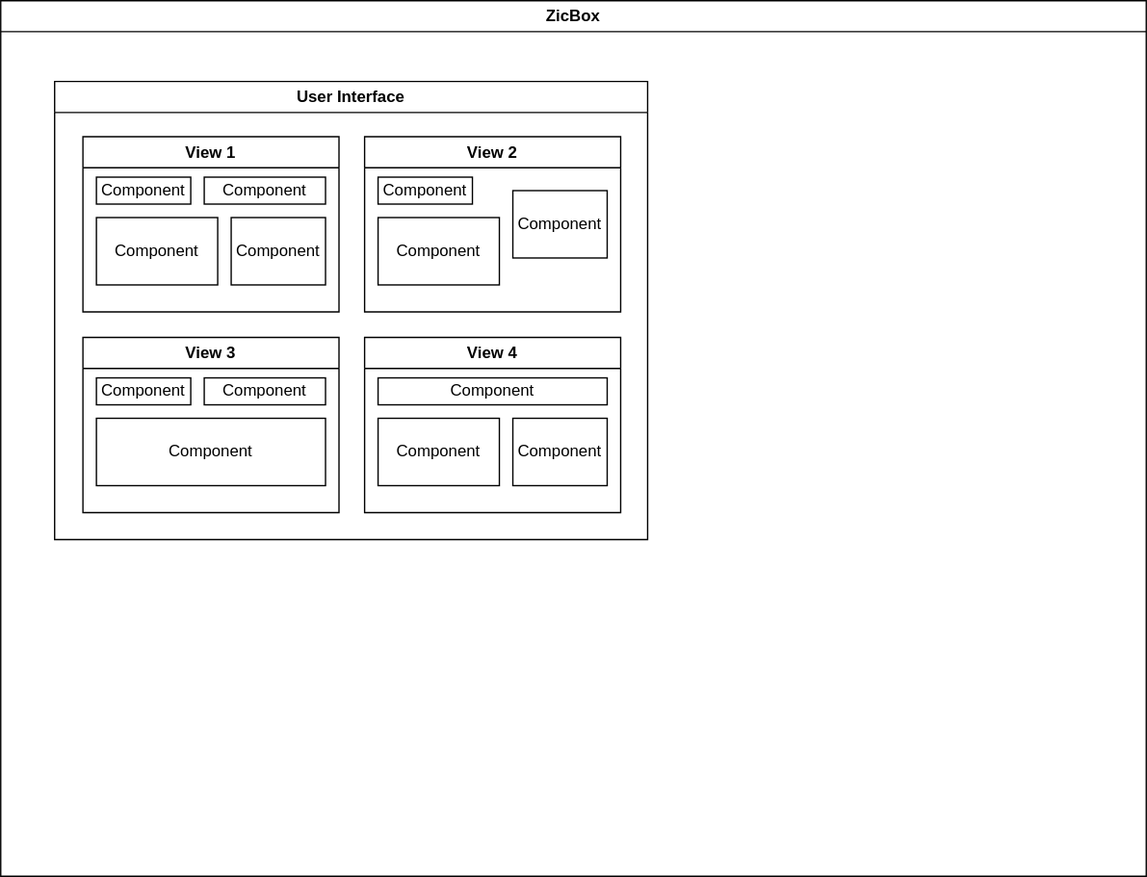
The draw.io diagram zicbox.drawio.svg in apiel/zicBox, before a commit. Source tidied: cells renumbered, new cells last; positions are measured from the earlier drawing's top-left corner, leaving out a move shared by most shapes.
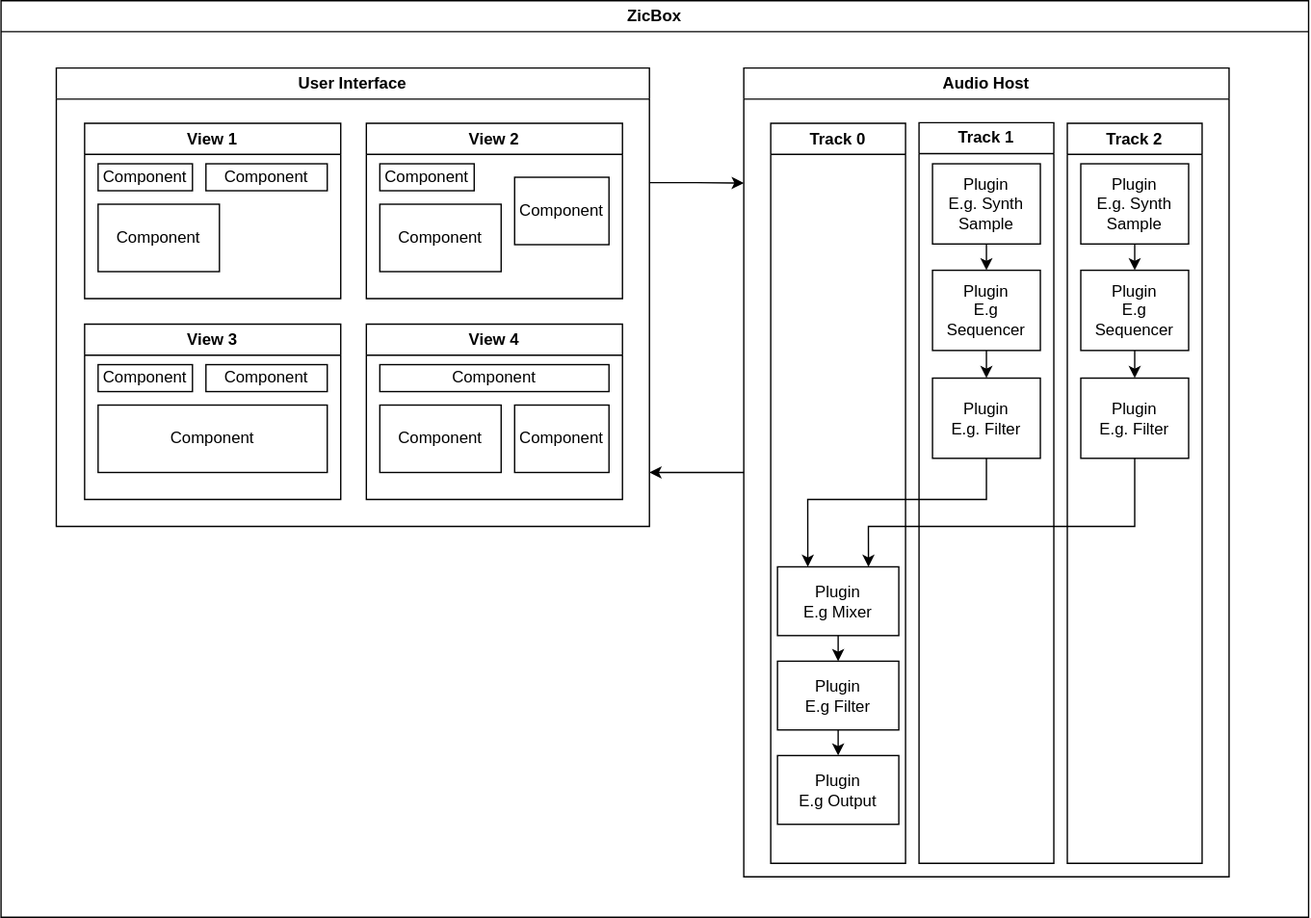
The same diagram one commit later.

Change to the diagram source:
```diff
@@ -3,10 +3,15 @@
     <mxCell id="0" />
     <mxCell id="1" parent="0" />
     <mxCell id="2" value="ZicBox" style="swimlane;whiteSpace=wrap;html=1;" parent="1" vertex="1">
-      <mxGeometry width="850" height="650" as="geometry" />
+      <mxGeometry width="970" height="680" as="geometry" />
     </mxCell>
+    <mxCell id="21" style="edgeStyle=orthogonalEdgeStyle;rounded=0;jettySize=auto;html=1;exitX=1;exitY=0.25;exitDx=0;exitDy=0;" parent="2" edge="1" source="3">
+      <mxGeometry relative="1" as="geometry">
+        <mxPoint x="551" y="135.3" as="targetPoint" />
+      </mxGeometry>
+    </mxCell>
     <mxCell id="3" value="User Interface" style="swimlane;whiteSpace=wrap;html=1;" parent="2" vertex="1">
-      <mxGeometry x="40" y="60" width="440" height="340" as="geometry" />
+      <mxGeometry x="41" y="50" width="440" height="340" as="geometry" />
     </mxCell>
     <mxCell id="4" value="View 1" style="swimlane;whiteSpace=wrap;html=1;" parent="3" vertex="1">
       <mxGeometry x="21" y="41" width="190" height="130" as="geometry" />
@@ -56,8 +61,83 @@
     <mxCell id="19" value="Component" style="whiteSpace=wrap;html=1;" parent="3" vertex="1">
       <mxGeometry x="340" y="250" width="70" height="50" as="geometry" />
     </mxCell>
-    <mxCell id="20" value="Component" style="whiteSpace=wrap;html=1;" parent="1" vertex="1">
-      <mxGeometry x="171" y="161" width="70" height="50" as="geometry" />
-    </mxCell>
+    <mxCell id="22" style="edgeStyle=orthogonalEdgeStyle;rounded=0;jettySize=auto;html=1;exitX=0;exitY=0.5;exitDx=0;exitDy=0;" parent="2" edge="1" source="23">
+      <mxGeometry relative="1" as="geometry">
+        <mxPoint x="481" y="350" as="targetPoint" />
+      </mxGeometry>
+    </mxCell>
+    <mxCell id="23" value="Audio Host" style="swimlane;whiteSpace=wrap;html=1;" parent="2" vertex="1">
+      <mxGeometry x="551" y="50" width="360" height="600" as="geometry" />
+    </mxCell>
+    <mxCell id="24" value="Track 0" style="swimlane;whiteSpace=wrap;html=1;" parent="23" vertex="1">
+      <mxGeometry x="20" y="41" width="100" height="549" as="geometry" />
+    </mxCell>
+    <mxCell id="25" style="edgeStyle=orthogonalEdgeStyle;rounded=0;jettySize=auto;html=1;exitX=0.5;exitY=1;exitDx=0;exitDy=0;entryX=0.5;entryY=0;entryDx=0;entryDy=0;" parent="24" edge="1" source="26" target="28">
+      <mxGeometry relative="1" as="geometry" />
+    </mxCell>
+    <mxCell id="26" value="Plugin&lt;br&gt;E.g Mixer" style="whiteSpace=wrap;html=1;" parent="24" vertex="1">
+      <mxGeometry x="5" y="329" width="90" height="51" as="geometry" />
+    </mxCell>
+    <mxCell id="27" style="edgeStyle=orthogonalEdgeStyle;rounded=0;jettySize=auto;html=1;exitX=0.5;exitY=1;exitDx=0;exitDy=0;entryX=0.5;entryY=0;entryDx=0;entryDy=0;" parent="24" edge="1" source="28" target="29">
+      <mxGeometry relative="1" as="geometry" />
+    </mxCell>
+    <mxCell id="28" value="Plugin&lt;br&gt;E.g Filter" style="whiteSpace=wrap;html=1;" parent="24" vertex="1">
+      <mxGeometry x="5" y="399" width="90" height="51" as="geometry" />
+    </mxCell>
+    <mxCell id="29" value="Plugin&lt;br&gt;E.g Output" style="whiteSpace=wrap;html=1;" parent="24" vertex="1">
+      <mxGeometry x="5" y="469" width="90" height="51" as="geometry" />
+    </mxCell>
+    <mxCell id="30" value="Track 1" style="swimlane;whiteSpace=wrap;html=1;" parent="23" vertex="1">
+      <mxGeometry x="130" y="40.5" width="100" height="549.5" as="geometry" />
+    </mxCell>
+    <mxCell id="31" style="edgeStyle=orthogonalEdgeStyle;rounded=0;jettySize=auto;html=1;exitX=0.5;exitY=1;exitDx=0;exitDy=0;entryX=0.5;entryY=0;entryDx=0;entryDy=0;" parent="30" edge="1" source="32" target="34">
+      <mxGeometry relative="1" as="geometry" />
+    </mxCell>
+    <mxCell id="32" value="Plugin&lt;br&gt;E.g. Synth Sample" style="whiteSpace=wrap;html=1;" parent="30" vertex="1">
+      <mxGeometry x="10" y="30.5" width="80" height="59.5" as="geometry" />
+    </mxCell>
+    <mxCell id="33" style="edgeStyle=orthogonalEdgeStyle;rounded=0;jettySize=auto;html=1;exitX=0.5;exitY=1;exitDx=0;exitDy=0;entryX=0.5;entryY=0;entryDx=0;entryDy=0;" parent="30" edge="1" source="34" target="35">
+      <mxGeometry relative="1" as="geometry" />
+    </mxCell>
+    <mxCell id="34" value="Plugin&lt;br&gt;E.g Sequencer" style="whiteSpace=wrap;html=1;" parent="30" vertex="1">
+      <mxGeometry x="10" y="109.5" width="80" height="59.5" as="geometry" />
+    </mxCell>
+    <mxCell id="35" value="Plugin&lt;br&gt;E.g. Filter" style="whiteSpace=wrap;html=1;" parent="30" vertex="1">
+      <mxGeometry x="10" y="189.5" width="80" height="59.5" as="geometry" />
+    </mxCell>
+    <mxCell id="36" value="Track 2" style="swimlane;whiteSpace=wrap;html=1;" parent="23" vertex="1">
+      <mxGeometry x="240" y="41" width="100" height="549" as="geometry" />
+    </mxCell>
+    <mxCell id="37" style="edgeStyle=orthogonalEdgeStyle;rounded=0;jettySize=auto;html=1;exitX=0.5;exitY=1;exitDx=0;exitDy=0;entryX=0.5;entryY=0;entryDx=0;entryDy=0;" parent="36" edge="1" source="38" target="40">
+      <mxGeometry relative="1" as="geometry" />
+    </mxCell>
+    <mxCell id="38" value="Plugin&lt;br&gt;E.g. Synth Sample" style="whiteSpace=wrap;html=1;" parent="36" vertex="1">
+      <mxGeometry x="10" y="30" width="80" height="59.5" as="geometry" />
+    </mxCell>
+    <mxCell id="39" style="edgeStyle=orthogonalEdgeStyle;rounded=0;jettySize=auto;html=1;exitX=0.5;exitY=1;exitDx=0;exitDy=0;entryX=0.5;entryY=0;entryDx=0;entryDy=0;" parent="36" edge="1" source="40" target="41">
+      <mxGeometry relative="1" as="geometry" />
+    </mxCell>
+    <mxCell id="40" value="Plugin&lt;br&gt;E.g Sequencer" style="whiteSpace=wrap;html=1;" parent="36" vertex="1">
+      <mxGeometry x="10" y="109" width="80" height="59.5" as="geometry" />
+    </mxCell>
+    <mxCell id="41" value="Plugin&lt;br&gt;E.g. Filter" style="whiteSpace=wrap;html=1;" parent="36" vertex="1">
+      <mxGeometry x="10" y="189" width="80" height="59.5" as="geometry" />
+    </mxCell>
+    <mxCell id="42" style="edgeStyle=orthogonalEdgeStyle;rounded=0;jettySize=auto;html=1;exitX=0.5;exitY=1;exitDx=0;exitDy=0;entryX=0.25;entryY=0;entryDx=0;entryDy=0;" parent="23" edge="1" source="35" target="26">
+      <mxGeometry relative="1" as="geometry">
+        <Array as="points">
+          <mxPoint x="180" y="320" />
+          <mxPoint x="48" y="320" />
+        </Array>
+      </mxGeometry>
+    </mxCell>
+    <mxCell id="43" style="edgeStyle=orthogonalEdgeStyle;rounded=0;jettySize=auto;html=1;exitX=0.5;exitY=1;exitDx=0;exitDy=0;entryX=0.75;entryY=0;entryDx=0;entryDy=0;" parent="23" edge="1" source="41" target="26">
+      <mxGeometry relative="1" as="geometry">
+        <Array as="points">
+          <mxPoint x="290" y="340" />
+          <mxPoint x="92" y="340" />
+        </Array>
+      </mxGeometry>
+    </mxCell>
   </root>
 </mxGraphModel>
```
